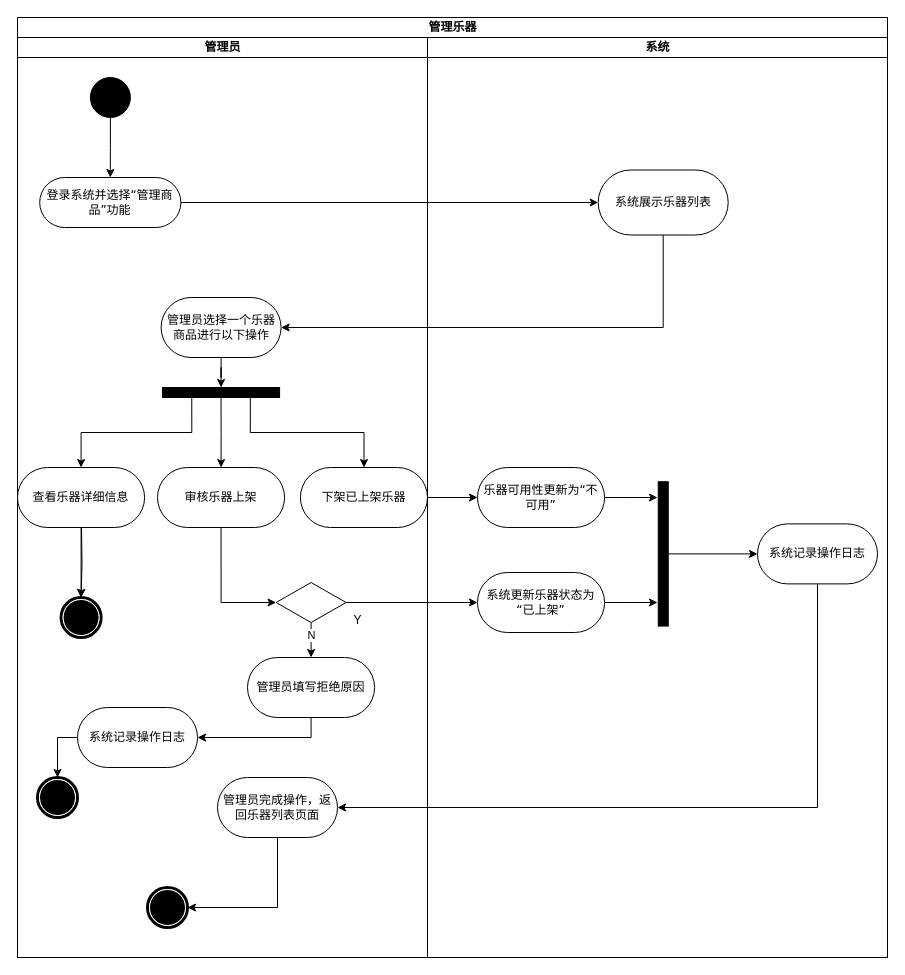
The draw.io diagram page "功能建模" (1 of 2) of 文档/需求分析规约文档/三种建模/06管理商品用例建模.drawio in w1ntercube/TJ-SE-Design, before the edit. Source tidied: cells renumbered, new cells numbered last; positions are measured from the earlier drawing's top-left corner, leaving out a move shared by most shapes. Both pictures are drawn from the tidied source at 100%, with x=0, y=0 at pixel (17, 17).
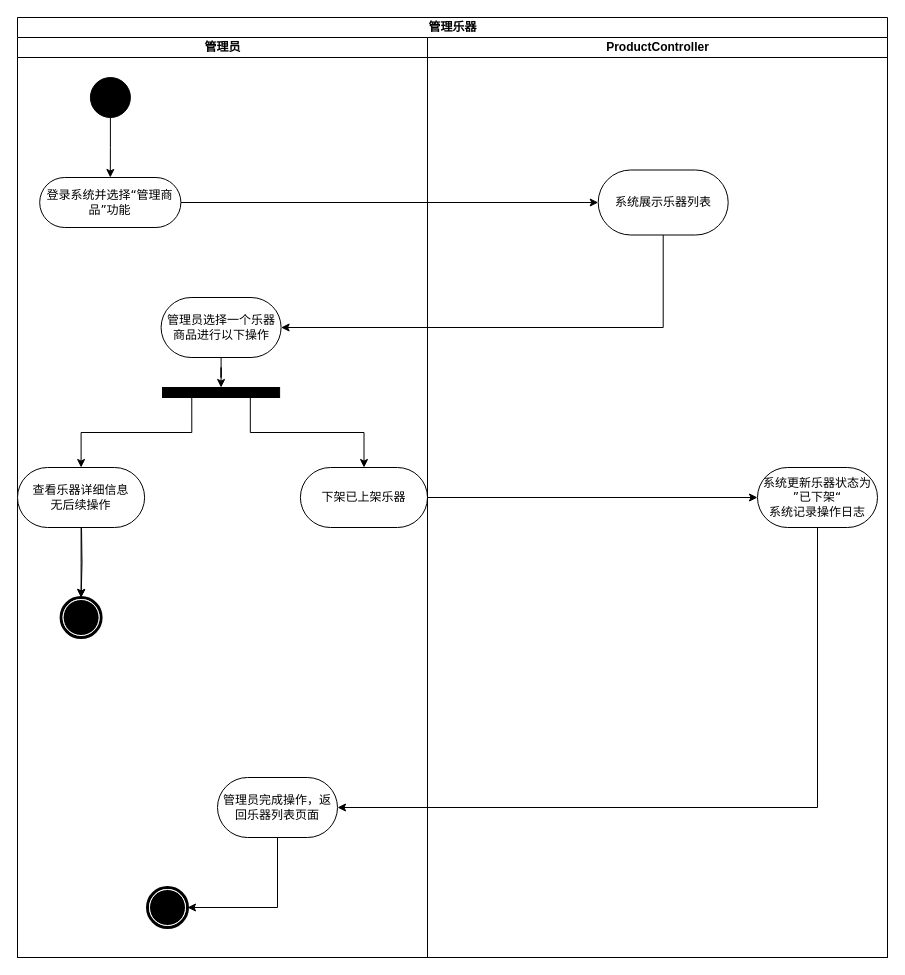
After the change.

The change refers to these unchanged cells:
```xml
<mxCell id="2" value="管理乐器" style="swimlane;html=1;startSize=20;rounded=0;shadow=0;comic=0;labelBackgroundColor=none;strokeWidth=1;fontFamily=Verdana;fontSize=12;align=center;" parent="1" vertex="1">
  <mxGeometry width="870" height="940" as="geometry" />
</mxCell>
<mxCell id="7" value="管理员" style="swimlane;html=1;startSize=20;" parent="2" vertex="1">
  <mxGeometry y="20" width="410" height="920" as="geometry" />
</mxCell>
<mxCell id="16" style="rounded=0;whiteSpace=wrap;html=1;fontSize=12;fillColor=#000000;" parent="7" vertex="1">
  <mxGeometry x="145" y="350" width="117.1" height="10" as="geometry" />
</mxCell>
<mxCell id="21" value="下架已上架乐器" style="whiteSpace=wrap;html=1;fontFamily=Verdana;rounded=1;shadow=0;comic=0;labelBackgroundColor=none;strokeWidth=1;arcSize=50;" parent="7" vertex="1">
  <mxGeometry x="282.9" y="430" width="127.1" height="60" as="geometry" />
</mxCell>
```

What changed in the source:
```diff
@@
-    <mxCell id="3" style="edgeStyle=orthogonalEdgeStyle;rounded=0;jettySize=auto;html=1;exitX=1;exitY=0.5;exitDx=0;exitDy=0;entryX=0;entryY=0.5;entryDx=0;entryDy=0;" parent="2" edge="1" source="27" target="35">
-      <mxGeometry relative="1" as="geometry" />
-    </mxCell>
-    <mxCell id="4" style="edgeStyle=orthogonalEdgeStyle;rounded=0;jettySize=auto;html=1;entryX=0;entryY=0.5;entryDx=0;entryDy=0;" parent="2" edge="1" source="21" target="37">
+    <mxCell id="4" style="edgeStyle=orthogonalEdgeStyle;rounded=0;jettySize=auto;html=1;entryX=0;entryY=0.5;entryDx=0;entryDy=0;" parent="2" edge="1" source="21" target="40">
       <mxGeometry relative="1" as="geometry" />
     </mxCell>
@@
-    <mxCell id="14" style="edgeStyle=orthogonalEdgeStyle;rounded=0;jettySize=auto;html=1;exitX=0.5;exitY=1;exitDx=0;exitDy=0;" parent="7" edge="1" source="16" target="20">
-      <mxGeometry relative="1" as="geometry" />
-    </mxCell>
@@
-    <mxCell id="18" value="查看乐器详细信息" style="whiteSpace=wrap;html=1;fontFamily=Verdana;rounded=1;shadow=0;comic=0;labelBackgroundColor=none;strokeWidth=1;arcSize=50;" parent="7" vertex="1">
+    <mxCell id="18" value="查看乐器详细信息&lt;div&gt;无后续操作&lt;/div&gt;" style="whiteSpace=wrap;html=1;fontFamily=Verdana;rounded=1;shadow=0;comic=0;labelBackgroundColor=none;strokeWidth=1;arcSize=50;" parent="7" vertex="1">
       <mxGeometry y="430" width="127.1" height="60" as="geometry" />
     </mxCell>
-    <mxCell id="19" style="edgeStyle=orthogonalEdgeStyle;rounded=0;jettySize=auto;html=1;exitX=0.5;exitY=1;exitDx=0;exitDy=0;entryX=0;entryY=0.5;entryDx=0;entryDy=0;" parent="7" edge="1" source="20" target="27">
-      <mxGeometry relative="1" as="geometry" />
-    </mxCell>
-    <mxCell id="20" value="审核乐器上架" style="whiteSpace=wrap;html=1;fontFamily=Verdana;rounded=1;shadow=0;comic=0;labelBackgroundColor=none;strokeWidth=1;arcSize=50;" parent="7" vertex="1">
-      <mxGeometry x="140" y="430" width="127.1" height="60" as="geometry" />
-    </mxCell>
@@
-    <mxCell id="25" style="edgeStyle=orthogonalEdgeStyle;rounded=0;jettySize=auto;html=1;exitX=0.5;exitY=1;exitDx=0;exitDy=0;" parent="7" edge="1" source="27" target="29">
-      <mxGeometry relative="1" as="geometry" />
-    </mxCell>
-    <mxCell id="26" value="N" style="edgeLabel;html=1;align=center;verticalAlign=middle;" parent="25" vertex="1">
-      <mxGeometry x="-0.33" relative="1" as="geometry" />
-    </mxCell>
-    <mxCell id="27" style="rhombus;whiteSpace=wrap;html=1;" parent="7" vertex="1">
-      <mxGeometry x="258.6" y="545" width="70" height="40" as="geometry" />
-    </mxCell>
-    <mxCell id="28" style="edgeStyle=orthogonalEdgeStyle;rounded=0;jettySize=auto;html=1;exitX=0;exitY=0.5;exitDx=0;exitDy=0;" parent="7" edge="1" source="32" target="30">
-      <mxGeometry relative="1" as="geometry" />
-    </mxCell>
-    <mxCell id="29" value="管理员填写拒绝原因" style="whiteSpace=wrap;html=1;fontFamily=Verdana;rounded=1;shadow=0;comic=0;labelBackgroundColor=none;strokeWidth=1;arcSize=50;" parent="7" vertex="1">
-      <mxGeometry x="230" y="620" width="127.1" height="60" as="geometry" />
-    </mxCell>
-    <mxCell id="30" style="shape=mxgraph.bpmn.shape;html=1;verticalLabelPosition=bottom;labelBackgroundColor=#ffffff;verticalAlign=top;perimeter=ellipsePerimeter;outline=end;symbol=terminate;rounded=0;shadow=0;comic=0;strokeWidth=1;fontFamily=Verdana;fontSize=12;align=center;" parent="7" vertex="1">
-      <mxGeometry x="20" y="740" width="40" height="40" as="geometry" />
-    </mxCell>
-    <mxCell id="31" style="edgeStyle=orthogonalEdgeStyle;rounded=0;jettySize=auto;html=1;exitX=0.5;exitY=1;exitDx=0;exitDy=0;" parent="7" edge="1" source="29" target="32">
-      <mxGeometry relative="1" as="geometry" />
-    </mxCell>
-    <mxCell id="32" value="系统记录操作日志" style="whiteSpace=wrap;html=1;fontFamily=Verdana;rounded=1;shadow=0;comic=0;labelBackgroundColor=none;strokeWidth=1;arcSize=50;" parent="7" vertex="1">
-      <mxGeometry x="60" y="670" width="120" height="60" as="geometry" />
-    </mxCell>
-    <mxCell id="33" value="系统" style="swimlane;html=1;startSize=20;" parent="2" vertex="1">
+    <mxCell id="33" value="ProductController" style="swimlane;html=1;startSize=20;" parent="2" vertex="1">
       <mxGeometry x="410" y="20" width="460" height="920" as="geometry" />
     </mxCell>
-    <mxCell id="34" style="edgeStyle=orthogonalEdgeStyle;rounded=0;jettySize=auto;html=1;" parent="33" edge="1" source="35">
-      <mxGeometry relative="1" as="geometry">
-        <mxPoint x="230" y="565" as="targetPoint" />
-      </mxGeometry>
-    </mxCell>
-    <mxCell id="35" value="系统更新乐器状态为“已上架”" style="whiteSpace=wrap;html=1;fontFamily=Verdana;rounded=1;shadow=0;comic=0;labelBackgroundColor=none;strokeWidth=1;arcSize=50;" parent="33" vertex="1">
-      <mxGeometry x="50" y="535" width="127.1" height="60" as="geometry" />
-    </mxCell>
-    <mxCell id="36" style="edgeStyle=orthogonalEdgeStyle;rounded=0;jettySize=auto;html=1;exitX=1;exitY=0.5;exitDx=0;exitDy=0;" parent="33" edge="1" source="37">
-      <mxGeometry relative="1" as="geometry">
-        <mxPoint x="230" y="460" as="targetPoint" />
-      </mxGeometry>
-    </mxCell>
-    <mxCell id="37" value="乐器可用性更新为“不可用”" style="whiteSpace=wrap;html=1;fontFamily=Verdana;rounded=1;shadow=0;comic=0;labelBackgroundColor=none;strokeWidth=1;arcSize=50;" parent="33" vertex="1">
-      <mxGeometry x="50" y="430" width="127.1" height="60" as="geometry" />
-    </mxCell>
-    <mxCell id="38" style="rounded=0;whiteSpace=wrap;html=1;fontSize=12;fillColor=#000000;rotation=90;" parent="33" vertex="1">
-      <mxGeometry x="163.6" y="511.4" width="144.3" height="10" as="geometry" />
-    </mxCell>
@@
-    <mxCell id="40" value="系统记录操作日志" style="whiteSpace=wrap;html=1;fontFamily=Verdana;rounded=1;shadow=0;comic=0;labelBackgroundColor=none;strokeWidth=1;arcSize=50;" parent="33" vertex="1">
-      <mxGeometry x="330" y="486.4" width="120" height="60" as="geometry" />
+    <mxCell id="40" value="&lt;div&gt;系统更新乐器状态为&lt;/div&gt;&lt;div&gt;”已下架“&lt;/div&gt;系统记录操作日志" style="whiteSpace=wrap;html=1;fontFamily=Verdana;rounded=1;shadow=0;comic=0;labelBackgroundColor=none;strokeWidth=1;arcSize=50;" parent="33" vertex="1">
+      <mxGeometry x="330" y="430" width="120" height="60" as="geometry" />
     </mxCell>
-    <mxCell id="41" style="edgeStyle=orthogonalEdgeStyle;rounded=0;jettySize=auto;html=1;exitX=0.5;exitY=0;exitDx=0;exitDy=0;" parent="33" edge="1" source="38" target="40">
-      <mxGeometry relative="1" as="geometry" />
-    </mxCell>
@@
-    <mxCell id="43" value="Y" style="text;html=1;align=center;verticalAlign=middle;strokeColor=none;fillColor=none;" parent="1" vertex="1">
-      <mxGeometry x="325" y="588" width="30" height="30" as="geometry" />
-    </mxCell>
```
